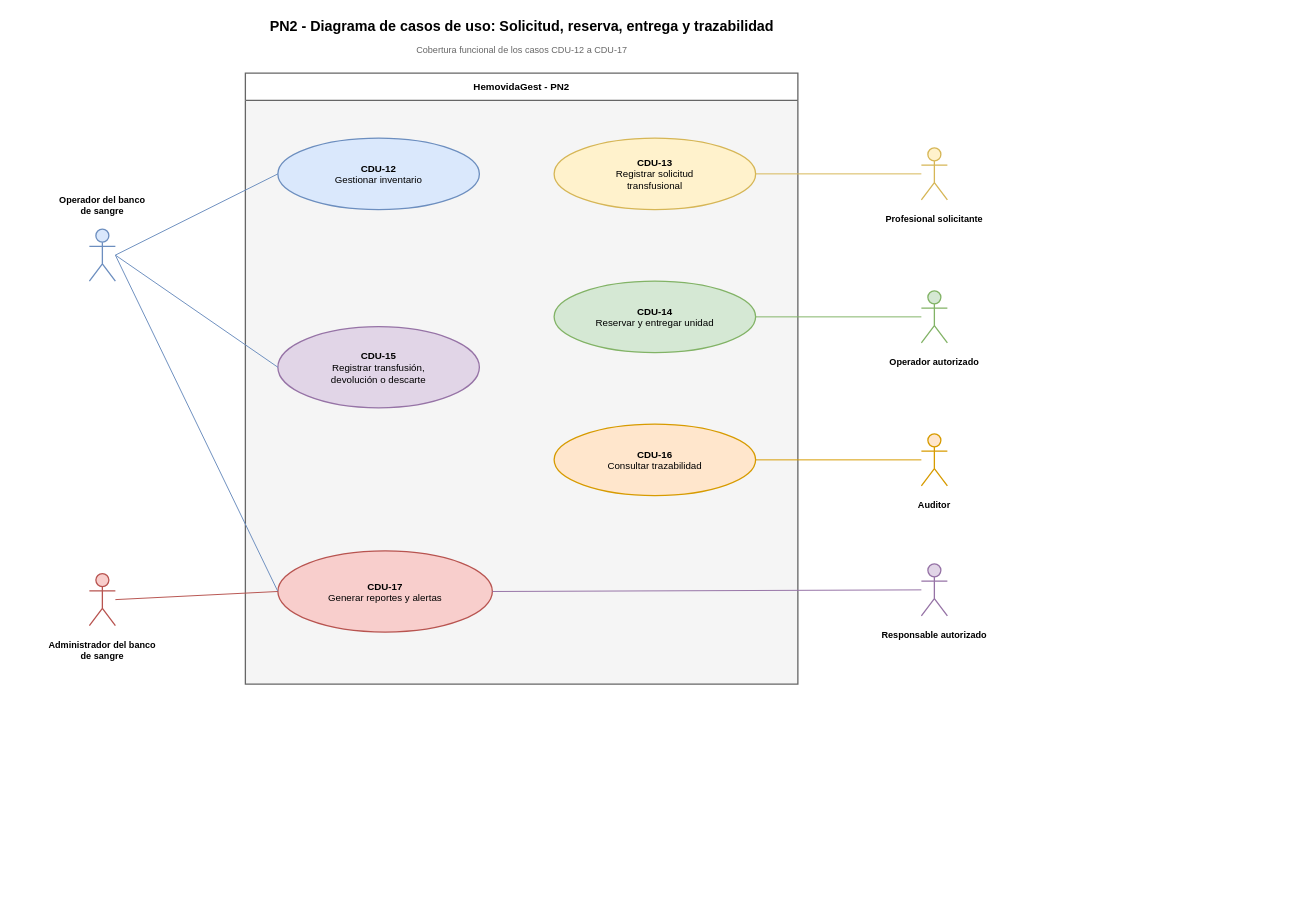
This is Diagramas/Casos de Uso/PN2 - CDU-12 a CDU-17 - Casos de uso.drawio from juanNH/Ingenieria-de-Software, a draw.io file, before an edit. Source tidied: cells renumbered, new cells numbered last; positions are measured from the earlier drawing's top-left corner, leaving out a move shared by most shapes. Both pictures are drawn from the tidied source at 65%, with x=0, y=0 at pixel (11, 13).
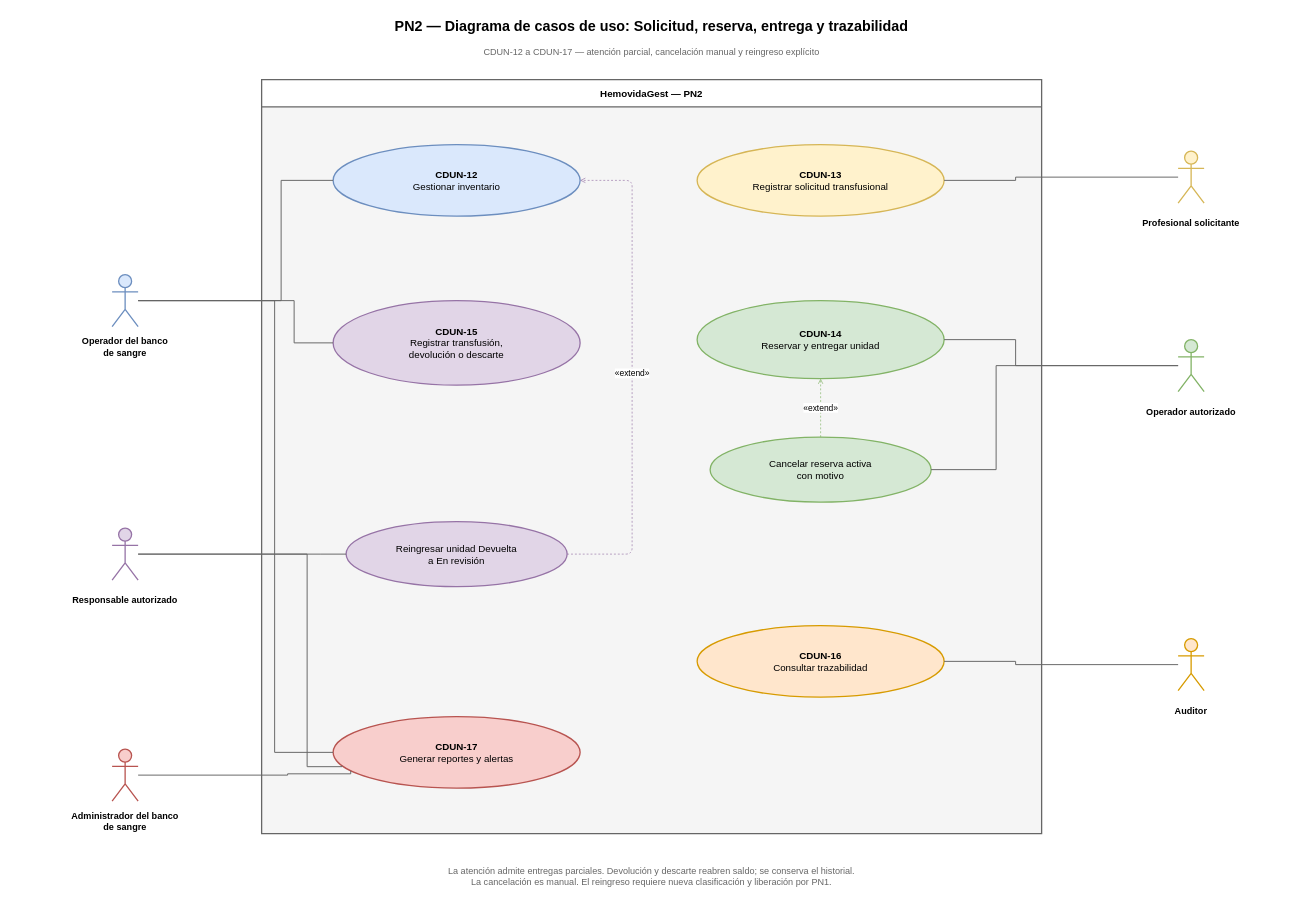
Above is the later version.

Change to the diagram source:
```diff
@@
-    <mxCell id="2" value="PN2 - Diagrama de casos de uso: Solicitud, reserva, entrega y trazabilidad" style="text;html=1;strokeColor=none;fillColor=none;fontStyle=1;fontSize=22;align=center;verticalAlign=middle;fontFamily=Arial;" parent="1" vertex="1">
-      <mxGeometry x="85" width="1400" height="42" as="geometry" />
+    <mxCell id="2" value="PN2 — Diagrama de casos de uso: Solicitud, reserva, entrega y trazabilidad" style="text;html=1;strokeColor=none;fillColor=none;fontFamily=Arial;align=center;verticalAlign=middle;whiteSpace=wrap;fontSize=22;fontStyle=1;" parent="1" vertex="1">
+      <mxGeometry x="165" y="-3" width="1640" height="45" as="geometry" />
     </mxCell>
-    <mxCell id="3" value="Cobertura funcional de los casos CDU-12 a CDU-17" style="text;html=1;strokeColor=none;fillColor=none;fontSize=14;align=center;verticalAlign=middle;fontColor=#666666;fontFamily=Arial;" parent="1" vertex="1">
-      <mxGeometry x="335" y="42" width="900" height="28" as="geometry" />
+    <mxCell id="3" value="CDUN-12 a CDUN-17 — atención parcial, cancelación manual y reingreso explícito" style="text;html=1;strokeColor=none;fillColor=none;fontFamily=Arial;align=center;verticalAlign=middle;whiteSpace=wrap;fontSize=14;fontColor=#666666;" parent="1" vertex="1">
+      <mxGeometry x="235" y="45" width="1500" height="30" as="geometry" />
     </mxCell>
-    <mxCell id="4" value="HemovidaGest - PN2" style="swimlane;horizontal=1;startSize=42;whiteSpace=wrap;html=1;rounded=0;fillColor=none;swimlaneFillColor=#f5f5f5;strokeColor=#666666;strokeWidth=2;fontStyle=1;fontSize=15;fontFamily=Arial;align=center;verticalAlign=middle;" parent="1" vertex="1">
-      <mxGeometry x="360" y="92" width="850" height="940" as="geometry" />
+    <mxCell id="4" value="HemovidaGest — PN2" style="swimlane;horizontal=1;startSize=42;whiteSpace=wrap;html=1;fillColor=none;swimlaneFillColor=#f5f5f5;strokeColor=#666666;strokeWidth=2;fontFamily=Arial;fontSize=15;fontStyle=1;" parent="1" vertex="1">
+      <mxGeometry x="385" y="102" width="1200" height="1160" as="geometry" />
     </mxCell>
-    <mxCell id="5" value="&lt;b&gt;CDU-12&lt;/b&gt;&lt;br&gt;Gestionar inventario" style="ellipse;whiteSpace=wrap;html=1;fillColor=#dae8fc;strokeColor=#6c8ebf;strokeWidth=2;fontSize=15;fontFamily=Arial;align=center;verticalAlign=middle;" parent="1" vertex="1">
-      <mxGeometry x="410" y="192" width="310" height="110" as="geometry" />
+    <mxCell id="5" value="&lt;b&gt;CDUN-12&lt;/b&gt;&lt;br&gt;Gestionar inventario" style="ellipse;whiteSpace=wrap;html=1;fillColor=#dae8fc;strokeColor=#6c8ebf;strokeWidth=2;fontFamily=Arial;fontSize=15;align=center;verticalAlign=middle;" parent="1" vertex="1">
+      <mxGeometry x="495" y="202" width="380" height="110" as="geometry" />
     </mxCell>
-    <mxCell id="6" value="&lt;b&gt;CDU-13&lt;/b&gt;&lt;br&gt;Registrar solicitud&lt;br&gt;transfusional" style="ellipse;whiteSpace=wrap;html=1;fillColor=#fff2cc;strokeColor=#d6b656;strokeWidth=2;fontSize=15;fontFamily=Arial;align=center;verticalAlign=middle;" parent="1" vertex="1">
-      <mxGeometry x="835" y="192" width="310" height="110" as="geometry" />
+    <mxCell id="6" value="&lt;b&gt;CDUN-13&lt;/b&gt;&lt;br&gt;Registrar solicitud transfusional" style="ellipse;whiteSpace=wrap;html=1;fillColor=#fff2cc;strokeColor=#d6b656;strokeWidth=2;fontFamily=Arial;fontSize=15;align=center;verticalAlign=middle;" parent="1" vertex="1">
+      <mxGeometry x="1055" y="202" width="380" height="110" as="geometry" />
     </mxCell>
-    <mxCell id="7" value="&lt;b&gt;CDU-14&lt;/b&gt;&lt;br&gt;Reservar y entregar unidad" style="ellipse;whiteSpace=wrap;html=1;fillColor=#d5e8d4;strokeColor=#82b366;strokeWidth=2;fontSize=15;fontFamily=Arial;align=center;verticalAlign=middle;" parent="1" vertex="1">
-      <mxGeometry x="835" y="412" width="310" height="110" as="geometry" />
+    <mxCell id="7" value="&lt;b&gt;CDUN-14&lt;/b&gt;&lt;br&gt;Reservar y entregar unidad" style="ellipse;whiteSpace=wrap;html=1;fillColor=#d5e8d4;strokeColor=#82b366;strokeWidth=2;fontFamily=Arial;fontSize=15;align=center;verticalAlign=middle;" parent="1" vertex="1">
+      <mxGeometry x="1055" y="442" width="380" height="120" as="geometry" />
     </mxCell>
-    <mxCell id="8" value="&lt;b&gt;CDU-15&lt;/b&gt;&lt;br&gt;Registrar transfusión,&lt;br&gt;devolución o descarte" style="ellipse;whiteSpace=wrap;html=1;fillColor=#e1d5e7;strokeColor=#9673a6;strokeWidth=2;fontSize=15;fontFamily=Arial;align=center;verticalAlign=middle;" parent="1" vertex="1">
-      <mxGeometry x="410" y="482" width="310" height="125" as="geometry" />
+    <mxCell id="8" value="&lt;b&gt;CDUN-15&lt;/b&gt;&lt;br&gt;Registrar transfusión,&lt;br&gt;devolución o descarte" style="ellipse;whiteSpace=wrap;html=1;fillColor=#e1d5e7;strokeColor=#9673a6;strokeWidth=2;fontFamily=Arial;fontSize=15;align=center;verticalAlign=middle;" parent="1" vertex="1">
+      <mxGeometry x="495" y="442" width="380" height="130" as="geometry" />
     </mxCell>
+    <mxCell id="31" value="Cancelar reserva activa&lt;br&gt;con motivo" style="ellipse;whiteSpace=wrap;html=1;fillColor=#d5e8d4;strokeColor=#82b366;strokeWidth=2;fontFamily=Arial;fontSize=15;align=center;verticalAlign=middle;" parent="1" vertex="1">
+      <mxGeometry x="1075" y="652" width="340" height="100" as="geometry" />
+    </mxCell>
+    <mxCell id="32" value="Reingresar unidad Devuelta&lt;br&gt;a En revisión" style="ellipse;whiteSpace=wrap;html=1;fillColor=#e1d5e7;strokeColor=#9673a6;strokeWidth=2;fontFamily=Arial;fontSize=15;align=center;verticalAlign=middle;" parent="1" vertex="1">
+      <mxGeometry x="515" y="782" width="340" height="100" as="geometry" />
+    </mxCell>
-    <mxCell id="9" value="&lt;b&gt;CDU-16&lt;/b&gt;&lt;br&gt;Consultar trazabilidad" style="ellipse;whiteSpace=wrap;html=1;fillColor=#ffe6cc;strokeColor=#d79b00;strokeWidth=2;fontSize=15;fontFamily=Arial;align=center;verticalAlign=middle;" parent="1" vertex="1">
-      <mxGeometry x="835" y="632" width="310" height="110" as="geometry" />
+    <mxCell id="9" value="&lt;b&gt;CDUN-16&lt;/b&gt;&lt;br&gt;Consultar trazabilidad" style="ellipse;whiteSpace=wrap;html=1;fillColor=#ffe6cc;strokeColor=#d79b00;strokeWidth=2;fontFamily=Arial;fontSize=15;align=center;verticalAlign=middle;" parent="1" vertex="1">
+      <mxGeometry x="1055" y="942" width="380" height="110" as="geometry" />
     </mxCell>
-    <mxCell id="10" value="&lt;b&gt;CDU-17&lt;/b&gt;&lt;br&gt;Generar reportes y alertas" style="ellipse;whiteSpace=wrap;html=1;fillColor=#f8cecc;strokeColor=#b85450;strokeWidth=2;fontSize=15;fontFamily=Arial;align=center;verticalAlign=middle;" parent="1" vertex="1">
-      <mxGeometry x="410" y="827" width="330" height="125" as="geometry" />
+    <mxCell id="10" value="&lt;b&gt;CDUN-17&lt;/b&gt;&lt;br&gt;Generar reportes y alertas" style="ellipse;whiteSpace=wrap;html=1;fillColor=#f8cecc;strokeColor=#b85450;strokeWidth=2;fontFamily=Arial;fontSize=15;align=center;verticalAlign=middle;" parent="1" vertex="1">
+      <mxGeometry x="495" y="1082" width="380" height="110" as="geometry" />
     </mxCell>
-    <mxCell id="11" style="shape=umlActor;html=1;fillColor=#dae8fc;strokeColor=#6c8ebf;strokeWidth=2;" parent="1" vertex="1">
-      <mxGeometry x="120" y="332" width="40" height="80" as="geometry" />
-    </mxCell>
+    <mxCell id="33" style="shape=umlActor;html=1;fillColor=#dae8fc;strokeColor=#6c8ebf;strokeWidth=2;" parent="1" vertex="1">
+      <mxGeometry x="155" y="402" width="40" height="80" as="geometry" />
+    </mxCell>
-    <mxCell id="12" value="&lt;b&gt;Operador del banco&lt;br&gt;de sangre&lt;/b&gt;" style="text;html=1;strokeColor=none;fillColor=none;fontSize=14;fontFamily=Arial;align=center;verticalAlign=top;whiteSpace=wrap;" parent="1" vertex="1">
-      <mxGeometry x="10" y="272" width="260" height="45" as="geometry" />
+    <mxCell id="12" value="&lt;b&gt;Operador del banco&lt;br&gt;de sangre&lt;/b&gt;" style="text;html=1;strokeColor=none;fillColor=none;fontFamily=Arial;align=center;verticalAlign=middle;whiteSpace=wrap;fontSize=14;" parent="1" vertex="1">
+      <mxGeometry x="25" y="490" width="300" height="45" as="geometry" />
     </mxCell>
     <mxCell id="13" style="shape=umlActor;html=1;fillColor=#fff2cc;strokeColor=#d6b656;strokeWidth=2;" parent="1" vertex="1">
-      <mxGeometry x="1400" y="207" width="40" height="80" as="geometry" />
+      <mxGeometry x="1795" y="212" width="40" height="80" as="geometry" />
     </mxCell>
-    <mxCell id="14" value="&lt;b&gt;Profesional solicitante&lt;/b&gt;" style="text;html=1;strokeColor=none;fillColor=none;fontSize=14;fontFamily=Arial;align=center;verticalAlign=top;whiteSpace=wrap;" parent="1" vertex="1">
-      <mxGeometry x="1290" y="302" width="260" height="40" as="geometry" />
+    <mxCell id="14" value="&lt;b&gt;Profesional solicitante&lt;/b&gt;" style="text;html=1;strokeColor=none;fillColor=none;fontFamily=Arial;align=center;verticalAlign=middle;whiteSpace=wrap;fontSize=14;" parent="1" vertex="1">
+      <mxGeometry x="1665" y="300" width="300" height="45" as="geometry" />
     </mxCell>
-    <mxCell id="15" style="shape=umlActor;html=1;fillColor=#d5e8d4;strokeColor=#82b366;strokeWidth=2;" parent="1" vertex="1">
-      <mxGeometry x="1400" y="427" width="40" height="80" as="geometry" />
-    </mxCell>
+    <mxCell id="34" style="shape=umlActor;html=1;fillColor=#d5e8d4;strokeColor=#82b366;strokeWidth=2;" parent="1" vertex="1">
+      <mxGeometry x="1795" y="502" width="40" height="80" as="geometry" />
+    </mxCell>
-    <mxCell id="16" value="&lt;b&gt;Operador autorizado&lt;/b&gt;" style="text;html=1;strokeColor=none;fillColor=none;fontSize=14;fontFamily=Arial;align=center;verticalAlign=top;whiteSpace=wrap;" parent="1" vertex="1">
-      <mxGeometry x="1290" y="522" width="260" height="40" as="geometry" />
+    <mxCell id="16" value="&lt;b&gt;Operador autorizado&lt;/b&gt;" style="text;html=1;strokeColor=none;fillColor=none;fontFamily=Arial;align=center;verticalAlign=middle;whiteSpace=wrap;fontSize=14;" parent="1" vertex="1">
+      <mxGeometry x="1665" y="590" width="300" height="45" as="geometry" />
     </mxCell>
     <mxCell id="17" style="shape=umlActor;html=1;fillColor=#ffe6cc;strokeColor=#d79b00;strokeWidth=2;" parent="1" vertex="1">
-      <mxGeometry x="1400" y="647" width="40" height="80" as="geometry" />
+      <mxGeometry x="1795" y="962" width="40" height="80" as="geometry" />
     </mxCell>
-    <mxCell id="18" value="&lt;b&gt;Auditor&lt;/b&gt;" style="text;html=1;strokeColor=none;fillColor=none;fontSize=14;fontFamily=Arial;align=center;verticalAlign=top;whiteSpace=wrap;" parent="1" vertex="1">
-      <mxGeometry x="1305" y="742" width="230" height="40" as="geometry" />
+    <mxCell id="18" value="&lt;b&gt;Auditor&lt;/b&gt;" style="text;html=1;strokeColor=none;fillColor=none;fontFamily=Arial;align=center;verticalAlign=middle;whiteSpace=wrap;fontSize=14;" parent="1" vertex="1">
+      <mxGeometry x="1665" y="1050" width="300" height="45" as="geometry" />
     </mxCell>
     <mxCell id="19" style="shape=umlActor;html=1;fillColor=#e1d5e7;strokeColor=#9673a6;strokeWidth=2;" parent="1" vertex="1">
-      <mxGeometry x="1400" y="847" width="40" height="80" as="geometry" />
+      <mxGeometry x="155" y="792" width="40" height="80" as="geometry" />
     </mxCell>
-    <mxCell id="20" value="&lt;b&gt;Responsable autorizado&lt;/b&gt;" style="text;html=1;strokeColor=none;fillColor=none;fontSize=14;fontFamily=Arial;align=center;verticalAlign=top;whiteSpace=wrap;" parent="1" vertex="1">
-      <mxGeometry x="1280" y="942" width="280" height="40" as="geometry" />
+    <mxCell id="20" value="&lt;b&gt;Responsable autorizado&lt;/b&gt;" style="text;html=1;strokeColor=none;fillColor=none;fontFamily=Arial;align=center;verticalAlign=middle;whiteSpace=wrap;fontSize=14;" parent="1" vertex="1">
+      <mxGeometry x="25" y="880" width="300" height="45" as="geometry" />
     </mxCell>
     <mxCell id="21" style="shape=umlActor;html=1;fillColor=#f8cecc;strokeColor=#b85450;strokeWidth=2;" parent="1" vertex="1">
-      <mxGeometry x="120" y="862" width="40" height="80" as="geometry" />
+      <mxGeometry x="155" y="1132" width="40" height="80" as="geometry" />
     </mxCell>
-    <mxCell id="22" value="&lt;b&gt;Administrador del banco&lt;br&gt;de sangre&lt;/b&gt;" style="text;html=1;strokeColor=none;fillColor=none;fontSize=14;fontFamily=Arial;align=center;verticalAlign=top;whiteSpace=wrap;" parent="1" vertex="1">
-      <mxGeometry y="957" width="280" height="45" as="geometry" />
+    <mxCell id="22" value="&lt;b&gt;Administrador del banco&lt;br&gt;de sangre&lt;/b&gt;" style="text;html=1;strokeColor=none;fillColor=none;fontFamily=Arial;align=center;verticalAlign=middle;whiteSpace=wrap;fontSize=14;" parent="1" vertex="1">
+      <mxGeometry x="25" y="1220" width="300" height="45" as="geometry" />
     </mxCell>
-    <mxCell id="23" style="rounded=0;html=1;endArrow=none;strokeColor=#6c8ebf;strokeWidth=1.5;exitX=1;exitY=0.5;entryX=0;entryY=0.5;" parent="1" edge="1" source="11" target="5">
-      <mxGeometry relative="1" as="geometry" />
-    </mxCell>
+    <mxCell id="35" style="edgeStyle=orthogonalEdgeStyle;html=1;rounded=0;endArrow=none;strokeColor=#666666;strokeWidth=1.5;exitX=1;exitY=0.5;entryX=0;entryY=0.5;" parent="1" edge="1" source="33" target="5">
+      <mxGeometry relative="1" as="geometry">
+        <Array as="points">
+          <mxPoint x="415" y="442" />
+          <mxPoint x="415" y="257" />
+        </Array>
+      </mxGeometry>
+    </mxCell>
+    <mxCell id="36" style="edgeStyle=orthogonalEdgeStyle;html=1;rounded=0;endArrow=none;strokeColor=#666666;strokeWidth=1.5;exitX=1;exitY=0.5;entryX=0;entryY=0.5;" parent="1" edge="1" source="33" target="8">
+      <mxGeometry relative="1" as="geometry">
+        <Array as="points">
+          <mxPoint x="435" y="442" />
+          <mxPoint x="435" y="507" />
+        </Array>
+      </mxGeometry>
+    </mxCell>
+    <mxCell id="37" style="edgeStyle=orthogonalEdgeStyle;html=1;rounded=0;endArrow=none;strokeColor=#666666;strokeWidth=1.5;exitX=1;exitY=0.5;entryX=0;entryY=0.5;" parent="1" edge="1" source="33" target="10">
+      <mxGeometry relative="1" as="geometry">
+        <Array as="points">
+          <mxPoint x="405" y="442" />
+          <mxPoint x="405" y="1137" />
+        </Array>
+      </mxGeometry>
+    </mxCell>
+    <mxCell id="29" style="edgeStyle=orthogonalEdgeStyle;html=1;rounded=0;endArrow=none;strokeColor=#666666;strokeWidth=1.5;exitX=1;exitY=0.5;entryX=0;entryY=0.7;" parent="1" edge="1" source="19" target="10">
+      <mxGeometry relative="1" as="geometry">
+        <Array as="points">
+          <mxPoint x="455" y="832" />
+          <mxPoint x="455" y="1159" />
+        </Array>
+      </mxGeometry>
+    </mxCell>
+    <mxCell id="38" style="edgeStyle=orthogonalEdgeStyle;html=1;rounded=0;endArrow=none;strokeColor=#666666;strokeWidth=1.5;exitX=1;exitY=0.5;entryX=0;entryY=0.5;" parent="1" edge="1" source="19" target="32">
+      <mxGeometry relative="1" as="geometry">
+        <Array as="points">
+          <mxPoint x="475" y="832" />
+          <mxPoint x="475" y="832" />
+        </Array>
+      </mxGeometry>
+    </mxCell>
+    <mxCell id="30" style="edgeStyle=orthogonalEdgeStyle;html=1;rounded=0;endArrow=none;strokeColor=#666666;strokeWidth=1.5;exitX=1;exitY=0.5;entryX=0;entryY=0.8;" parent="1" edge="1" source="21" target="10">
+      <mxGeometry relative="1" as="geometry">
+        <Array as="points">
+          <mxPoint x="425" y="1172" />
+          <mxPoint x="425" y="1170" />
+        </Array>
+      </mxGeometry>
+    </mxCell>
-    <mxCell id="24" style="rounded=0;html=1;endArrow=none;strokeColor=#d6b656;strokeWidth=1.5;exitX=0;exitY=0.5;entryX=1;entryY=0.5;" parent="1" edge="1" source="13" target="6">
-      <mxGeometry relative="1" as="geometry" />
+    <mxCell id="24" style="edgeStyle=orthogonalEdgeStyle;html=1;rounded=0;endArrow=none;strokeColor=#666666;strokeWidth=1.5;exitX=0;exitY=0.5;entryX=1;entryY=0.5;" parent="1" edge="1" source="13" target="6">
+      <mxGeometry relative="1" as="geometry">
+        <Array as="points">
+          <mxPoint x="1545" y="252" />
+          <mxPoint x="1545" y="257" />
+        </Array>
+      </mxGeometry>
     </mxCell>
-    <mxCell id="25" style="rounded=0;html=1;endArrow=none;strokeColor=#82b366;strokeWidth=1.5;exitX=0;exitY=0.5;entryX=1;entryY=0.5;" parent="1" edge="1" source="15" target="7">
-      <mxGeometry relative="1" as="geometry" />
-    </mxCell>
-    <mxCell id="26" style="rounded=0;html=1;endArrow=none;strokeColor=#6c8ebf;strokeWidth=1.5;exitX=1;exitY=0.5;entryX=0;entryY=0.5;" parent="1" edge="1" source="11" target="8">
-      <mxGeometry relative="1" as="geometry" />
-    </mxCell>
+    <mxCell id="39" style="edgeStyle=orthogonalEdgeStyle;html=1;rounded=0;endArrow=none;strokeColor=#666666;strokeWidth=1.5;exitX=0;exitY=0.5;entryX=1;entryY=0.5;" parent="1" edge="1" source="34" target="7">
+      <mxGeometry relative="1" as="geometry">
+        <Array as="points">
+          <mxPoint x="1545" y="542" />
+          <mxPoint x="1545" y="502" />
+        </Array>
+      </mxGeometry>
+    </mxCell>
+    <mxCell id="40" style="edgeStyle=orthogonalEdgeStyle;html=1;rounded=0;endArrow=none;strokeColor=#666666;strokeWidth=1.5;exitX=0;exitY=0.5;entryX=1;entryY=0.5;" parent="1" edge="1" source="34" target="31">
+      <mxGeometry relative="1" as="geometry">
+        <Array as="points">
+          <mxPoint x="1515" y="542" />
+          <mxPoint x="1515" y="702" />
+        </Array>
+      </mxGeometry>
+    </mxCell>
-    <mxCell id="27" style="rounded=0;html=1;endArrow=none;strokeColor=#d79b00;strokeWidth=1.5;exitX=0;exitY=0.5;entryX=1;entryY=0.5;" parent="1" edge="1" source="17" target="9">
-      <mxGeometry relative="1" as="geometry" />
+    <mxCell id="27" style="edgeStyle=orthogonalEdgeStyle;html=1;rounded=0;endArrow=none;strokeColor=#666666;strokeWidth=1.5;exitX=0;exitY=0.5;entryX=1;entryY=0.5;" parent="1" edge="1" source="17" target="9">
+      <mxGeometry relative="1" as="geometry">
+        <Array as="points">
+          <mxPoint x="1545" y="1002" />
+          <mxPoint x="1545" y="997" />
+        </Array>
+      </mxGeometry>
     </mxCell>
-    <mxCell id="28" style="rounded=0;html=1;endArrow=none;strokeColor=#6c8ebf;strokeWidth=1.5;exitX=1;exitY=0.5;entryX=0;entryY=0.5;" parent="1" edge="1" source="11" target="10">
-      <mxGeometry relative="1" as="geometry" />
-    </mxCell>
-    <mxCell id="29" style="rounded=0;html=1;endArrow=none;strokeColor=#9673a6;strokeWidth=1.5;exitX=0;exitY=0.5;entryX=1;entryY=0.5;" parent="1" edge="1" source="19" target="10">
-      <mxGeometry relative="1" as="geometry" />
-    </mxCell>
-    <mxCell id="30" style="rounded=0;html=1;endArrow=none;strokeColor=#b85450;strokeWidth=1.5;exitX=1;exitY=0.5;entryX=0;entryY=0.5;" parent="1" edge="1" source="21" target="10">
-      <mxGeometry relative="1" as="geometry" />
-    </mxCell>
+    <mxCell id="41" value="«extend»" style="edgeStyle=orthogonalEdgeStyle;html=1;dashed=1;endArrow=open;strokeColor=#82b366;fontFamily=Arial;fontSize=13;labelBackgroundColor=#ffffff;" parent="1" edge="1" source="31" target="7">
+      <mxGeometry relative="1" as="geometry" />
+    </mxCell>
+    <mxCell id="42" value="«extend»" style="edgeStyle=orthogonalEdgeStyle;html=1;dashed=1;endArrow=open;strokeColor=#9673a6;fontFamily=Arial;fontSize=13;labelBackgroundColor=#ffffff;exitX=1;exitY=0.5;entryX=1;entryY=0.5;" parent="1" edge="1" source="32" target="5">
+      <mxGeometry relative="1" as="geometry">
+        <Array as="points">
+          <mxPoint x="955" y="832" />
+          <mxPoint x="955" y="257" />
+        </Array>
+      </mxGeometry>
+    </mxCell>
+    <mxCell id="43" value="La atención admite entregas parciales. Devolución y descarte reabren saldo; se conserva el historial.&lt;br&gt;La cancelación es manual. El reingreso requiere nueva clasificación y liberación por PN1." style="text;html=1;strokeColor=none;fillColor=none;fontFamily=Arial;align=center;verticalAlign=middle;whiteSpace=wrap;fontSize=14;fontColor=#666666;" parent="1" vertex="1">
+      <mxGeometry x="435" y="1292" width="1100" height="70" as="geometry" />
+    </mxCell>
```
